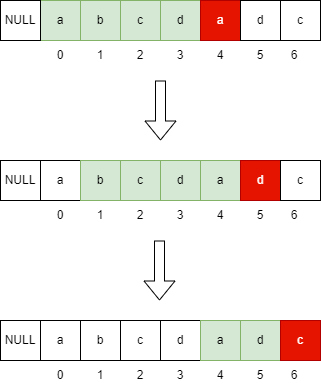
The draw.io diagram UML/无重复子串.drawio.png in Luozujian/draw, before a commit. Source tidied: cells renumbered, new cells last; positions are measured from the earlier drawing's top-left corner, leaving out a move shared by most shapes.
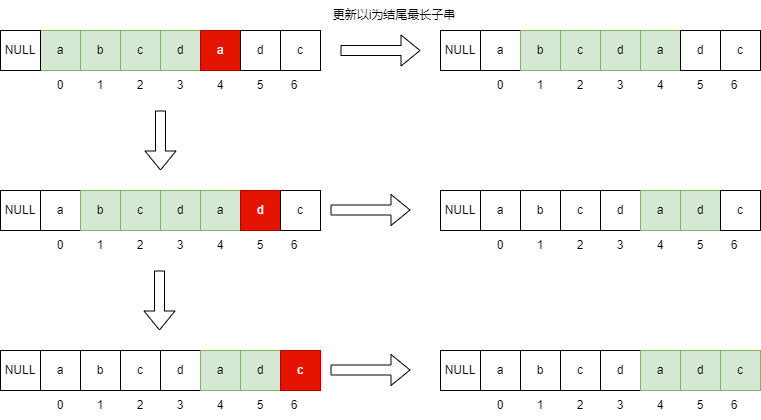
The same file after the commit.

Commit message:
已添加 无重复子串.drawio.png

Diff of the diagram source:
```diff
@@ -149,5 +149,161 @@
         <mxPoint x="159" y="300" as="targetPoint" />
       </mxGeometry>
     </mxCell>
+    <mxCell id="49" value="a" style="rounded=0;whiteSpace=wrap;html=1;" parent="1" vertex="1">
+      <mxGeometry x="480" width="40" height="40" as="geometry" />
+    </mxCell>
+    <mxCell id="50" value="b" style="rounded=0;whiteSpace=wrap;html=1;fillColor=#d5e8d4;strokeColor=#82b366;" parent="1" vertex="1">
+      <mxGeometry x="520" width="40" height="40" as="geometry" />
+    </mxCell>
+    <mxCell id="51" value="c" style="rounded=0;whiteSpace=wrap;html=1;fillColor=#d5e8d4;strokeColor=#82b366;" parent="1" vertex="1">
+      <mxGeometry x="560" width="40" height="40" as="geometry" />
+    </mxCell>
+    <mxCell id="52" value="d" style="rounded=0;whiteSpace=wrap;html=1;fillColor=#d5e8d4;strokeColor=#82b366;" parent="1" vertex="1">
+      <mxGeometry x="600" width="40" height="40" as="geometry" />
+    </mxCell>
+    <mxCell id="53" value="a" style="rounded=0;whiteSpace=wrap;html=1;fillColor=#d5e8d4;strokeColor=#82b366;" parent="1" vertex="1">
+      <mxGeometry x="640" width="40" height="40" as="geometry" />
+    </mxCell>
+    <mxCell id="54" value="NULL" style="rounded=0;whiteSpace=wrap;html=1;" parent="1" vertex="1">
+      <mxGeometry x="440" width="40" height="40" as="geometry" />
+    </mxCell>
+    <mxCell id="55" value="0" style="text;html=1;align=center;verticalAlign=middle;whiteSpace=wrap;rounded=0;" parent="1" vertex="1">
+      <mxGeometry x="480" y="40" width="40" height="30" as="geometry" />
+    </mxCell>
+    <mxCell id="56" value="1" style="text;html=1;align=center;verticalAlign=middle;whiteSpace=wrap;rounded=0;" parent="1" vertex="1">
+      <mxGeometry x="520" y="40" width="40" height="30" as="geometry" />
+    </mxCell>
+    <mxCell id="57" value="3" style="text;html=1;align=center;verticalAlign=middle;whiteSpace=wrap;rounded=0;" parent="1" vertex="1">
+      <mxGeometry x="600" y="40" width="40" height="30" as="geometry" />
+    </mxCell>
+    <mxCell id="58" value="2" style="text;html=1;align=center;verticalAlign=middle;whiteSpace=wrap;rounded=0;" parent="1" vertex="1">
+      <mxGeometry x="560" y="40" width="40" height="30" as="geometry" />
+    </mxCell>
+    <mxCell id="59" value="4" style="text;html=1;align=center;verticalAlign=middle;whiteSpace=wrap;rounded=0;" parent="1" vertex="1">
+      <mxGeometry x="640" y="40" width="40" height="30" as="geometry" />
+    </mxCell>
+    <mxCell id="60" value="d" style="rounded=0;whiteSpace=wrap;html=1;" parent="1" vertex="1">
+      <mxGeometry x="680" width="40" height="40" as="geometry" />
+    </mxCell>
+    <mxCell id="61" value="c" style="rounded=0;whiteSpace=wrap;html=1;" parent="1" vertex="1">
+      <mxGeometry x="720" width="40" height="40" as="geometry" />
+    </mxCell>
+    <mxCell id="62" value="5" style="text;html=1;align=center;verticalAlign=middle;whiteSpace=wrap;rounded=0;" parent="1" vertex="1">
+      <mxGeometry x="680" y="40" width="40" height="30" as="geometry" />
+    </mxCell>
+    <mxCell id="63" value="6" style="text;html=1;align=center;verticalAlign=middle;whiteSpace=wrap;rounded=0;" parent="1" vertex="1">
+      <mxGeometry x="714" y="40" width="40" height="30" as="geometry" />
+    </mxCell>
+    <mxCell id="64" style="shape=flexArrow;endArrow=classic;html=1;rounded=0;" parent="1" edge="1">
+      <mxGeometry relative="1" as="geometry">
+        <mxPoint x="340" y="20" as="sourcePoint" />
+        <mxPoint x="420" y="20" as="targetPoint" />
+      </mxGeometry>
+    </mxCell>
+    <mxCell id="65" style="shape=flexArrow;endArrow=classic;html=1;rounded=0;" parent="1" edge="1">
+      <mxGeometry relative="1" as="geometry">
+        <mxPoint x="330" y="179.5" as="sourcePoint" />
+        <mxPoint x="410" y="179.5" as="targetPoint" />
+      </mxGeometry>
+    </mxCell>
+    <mxCell id="66" value="a" style="rounded=0;whiteSpace=wrap;html=1;" parent="1" vertex="1">
+      <mxGeometry x="480" y="160" width="40" height="40" as="geometry" />
+    </mxCell>
+    <mxCell id="67" value="b" style="rounded=0;whiteSpace=wrap;html=1;" parent="1" vertex="1">
+      <mxGeometry x="520" y="160" width="40" height="40" as="geometry" />
+    </mxCell>
+    <mxCell id="68" value="c" style="rounded=0;whiteSpace=wrap;html=1;" parent="1" vertex="1">
+      <mxGeometry x="560" y="160" width="40" height="40" as="geometry" />
+    </mxCell>
+    <mxCell id="69" value="d" style="rounded=0;whiteSpace=wrap;html=1;" parent="1" vertex="1">
+      <mxGeometry x="600" y="160" width="40" height="40" as="geometry" />
+    </mxCell>
+    <mxCell id="70" value="a" style="rounded=0;whiteSpace=wrap;html=1;fillColor=#d5e8d4;strokeColor=#82b366;" parent="1" vertex="1">
+      <mxGeometry x="640" y="160" width="40" height="40" as="geometry" />
+    </mxCell>
+    <mxCell id="71" value="NULL" style="rounded=0;whiteSpace=wrap;html=1;" parent="1" vertex="1">
+      <mxGeometry x="440" y="160" width="40" height="40" as="geometry" />
+    </mxCell>
+    <mxCell id="72" value="0" style="text;html=1;align=center;verticalAlign=middle;whiteSpace=wrap;rounded=0;" parent="1" vertex="1">
+      <mxGeometry x="480" y="200" width="40" height="30" as="geometry" />
+    </mxCell>
+    <mxCell id="73" value="1" style="text;html=1;align=center;verticalAlign=middle;whiteSpace=wrap;rounded=0;" parent="1" vertex="1">
+      <mxGeometry x="520" y="200" width="40" height="30" as="geometry" />
+    </mxCell>
+    <mxCell id="74" value="3" style="text;html=1;align=center;verticalAlign=middle;whiteSpace=wrap;rounded=0;" parent="1" vertex="1">
+      <mxGeometry x="600" y="200" width="40" height="30" as="geometry" />
+    </mxCell>
+    <mxCell id="75" value="2" style="text;html=1;align=center;verticalAlign=middle;whiteSpace=wrap;rounded=0;" parent="1" vertex="1">
+      <mxGeometry x="560" y="200" width="40" height="30" as="geometry" />
+    </mxCell>
+    <mxCell id="76" value="4" style="text;html=1;align=center;verticalAlign=middle;whiteSpace=wrap;rounded=0;" parent="1" vertex="1">
+      <mxGeometry x="640" y="200" width="40" height="30" as="geometry" />
+    </mxCell>
+    <mxCell id="77" value="d" style="rounded=0;whiteSpace=wrap;html=1;fillColor=#d5e8d4;strokeColor=#82b366;" parent="1" vertex="1">
+      <mxGeometry x="680" y="160" width="40" height="40" as="geometry" />
+    </mxCell>
+    <mxCell id="78" value="c" style="rounded=0;whiteSpace=wrap;html=1;" parent="1" vertex="1">
+      <mxGeometry x="720" y="160" width="40" height="40" as="geometry" />
+    </mxCell>
+    <mxCell id="79" value="5" style="text;html=1;align=center;verticalAlign=middle;whiteSpace=wrap;rounded=0;" parent="1" vertex="1">
+      <mxGeometry x="680" y="200" width="40" height="30" as="geometry" />
+    </mxCell>
+    <mxCell id="80" value="6" style="text;html=1;align=center;verticalAlign=middle;whiteSpace=wrap;rounded=0;" parent="1" vertex="1">
+      <mxGeometry x="714" y="200" width="40" height="30" as="geometry" />
+    </mxCell>
+    <mxCell id="81" style="shape=flexArrow;endArrow=classic;html=1;rounded=0;" parent="1" edge="1">
+      <mxGeometry relative="1" as="geometry">
+        <mxPoint x="330" y="339.5" as="sourcePoint" />
+        <mxPoint x="410" y="339.5" as="targetPoint" />
+      </mxGeometry>
+    </mxCell>
+    <mxCell id="82" value="a" style="rounded=0;whiteSpace=wrap;html=1;" parent="1" vertex="1">
+      <mxGeometry x="480" y="320" width="40" height="40" as="geometry" />
+    </mxCell>
+    <mxCell id="83" value="b" style="rounded=0;whiteSpace=wrap;html=1;" parent="1" vertex="1">
+      <mxGeometry x="520" y="320" width="40" height="40" as="geometry" />
+    </mxCell>
+    <mxCell id="84" value="c" style="rounded=0;whiteSpace=wrap;html=1;" parent="1" vertex="1">
+      <mxGeometry x="560" y="320" width="40" height="40" as="geometry" />
+    </mxCell>
+    <mxCell id="85" value="d" style="rounded=0;whiteSpace=wrap;html=1;" parent="1" vertex="1">
+      <mxGeometry x="600" y="320" width="40" height="40" as="geometry" />
+    </mxCell>
+    <mxCell id="86" value="a" style="rounded=0;whiteSpace=wrap;html=1;fillColor=#d5e8d4;strokeColor=#82b366;" parent="1" vertex="1">
+      <mxGeometry x="640" y="320" width="40" height="40" as="geometry" />
+    </mxCell>
+    <mxCell id="87" value="NULL" style="rounded=0;whiteSpace=wrap;html=1;" parent="1" vertex="1">
+      <mxGeometry x="440" y="320" width="40" height="40" as="geometry" />
+    </mxCell>
+    <mxCell id="88" value="0" style="text;html=1;align=center;verticalAlign=middle;whiteSpace=wrap;rounded=0;" parent="1" vertex="1">
+      <mxGeometry x="480" y="360" width="40" height="30" as="geometry" />
+    </mxCell>
+    <mxCell id="89" value="1" style="text;html=1;align=center;verticalAlign=middle;whiteSpace=wrap;rounded=0;" parent="1" vertex="1">
+      <mxGeometry x="520" y="360" width="40" height="30" as="geometry" />
+    </mxCell>
+    <mxCell id="90" value="3" style="text;html=1;align=center;verticalAlign=middle;whiteSpace=wrap;rounded=0;" parent="1" vertex="1">
+      <mxGeometry x="600" y="360" width="40" height="30" as="geometry" />
+    </mxCell>
+    <mxCell id="91" value="2" style="text;html=1;align=center;verticalAlign=middle;whiteSpace=wrap;rounded=0;" parent="1" vertex="1">
+      <mxGeometry x="560" y="360" width="40" height="30" as="geometry" />
+    </mxCell>
+    <mxCell id="92" value="4" style="text;html=1;align=center;verticalAlign=middle;whiteSpace=wrap;rounded=0;" parent="1" vertex="1">
+      <mxGeometry x="640" y="360" width="40" height="30" as="geometry" />
+    </mxCell>
+    <mxCell id="93" value="d" style="rounded=0;whiteSpace=wrap;html=1;fillColor=#d5e8d4;strokeColor=#82b366;" parent="1" vertex="1">
+      <mxGeometry x="680" y="320" width="40" height="40" as="geometry" />
+    </mxCell>
+    <mxCell id="94" value="c" style="rounded=0;whiteSpace=wrap;html=1;fillColor=#d5e8d4;strokeColor=#82b366;" parent="1" vertex="1">
+      <mxGeometry x="720" y="320" width="40" height="40" as="geometry" />
+    </mxCell>
+    <mxCell id="95" value="5" style="text;html=1;align=center;verticalAlign=middle;whiteSpace=wrap;rounded=0;" parent="1" vertex="1">
+      <mxGeometry x="680" y="360" width="40" height="30" as="geometry" />
+    </mxCell>
+    <mxCell id="96" value="6" style="text;html=1;align=center;verticalAlign=middle;whiteSpace=wrap;rounded=0;" parent="1" vertex="1">
+      <mxGeometry x="714" y="360" width="40" height="30" as="geometry" />
+    </mxCell>
+    <mxCell id="97" value="更新以i为结尾最长子串" style="text;html=1;align=center;verticalAlign=middle;whiteSpace=wrap;rounded=0;" parent="1" vertex="1">
+      <mxGeometry x="314" y="-30" width="160" height="30" as="geometry" />
+    </mxCell>
   </root>
 </mxGraphModel>
```
